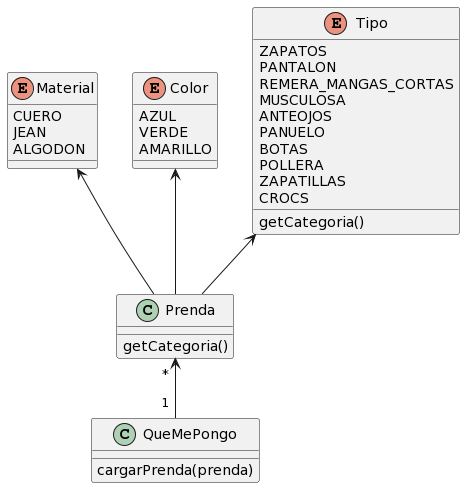
Before: imagen-diagrama.png, a diagram exported from PlantUML (lrocampo/dds-ej-que-me-pongo).
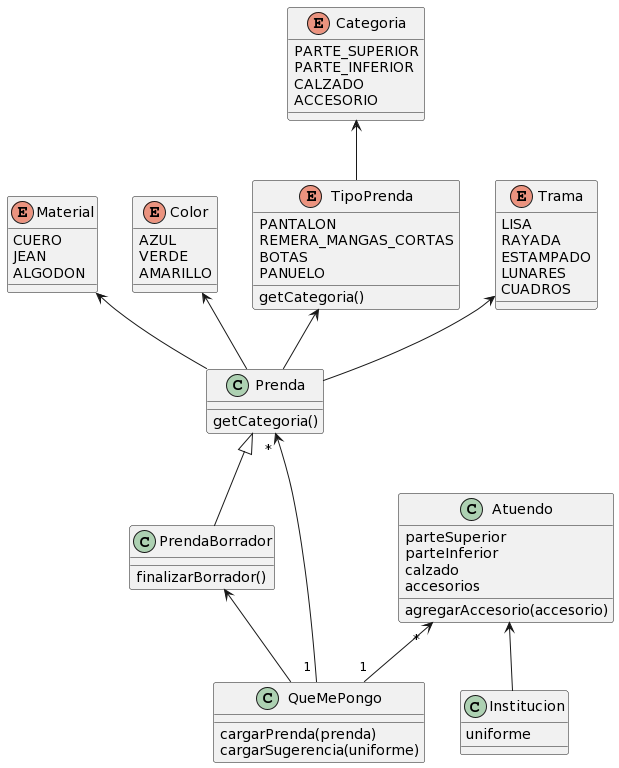
The same file after the commit.

Commit message:
nueva imagen del diagrama

What changed in the source:
```diff
@@ -12,30 +12,61 @@
     AMARILLO
 }
 
-enum Tipo {
-    ZAPATOS
-    PANTALON
-    REMERA_MANGAS_CORTAS
-    MUSCULOSA
-    ANTEOJOS
-    PANUELO
-    BOTAS
-    POLLERA
-    ZAPATILLAS
-    CROCS
+enum TipoPrenda {
+  PANTALON
+  REMERA_MANGAS_CORTAS
+  BOTAS
+  PANUELO
  getCategoria()
+}
+
+enum Trama {
+ LISA
+ RAYADA
+ ESTAMPADO
+ LUNARES
+ CUADROS
+}
+
+enum Categoria {
+ PARTE_SUPERIOR
+ PARTE_INFERIOR
+ CALZADO
+ ACCESORIO
 }
 
 class Prenda {
  getCategoria()
 }
 
+class PrendaBorrador extends Prenda{
+ finalizarBorrador()
+}
+
+class Atuendo {
+ parteSuperior
+ parteInferior
+ calzado
+ accesorios
+ agregarAccesorio(accesorio)
+}
+
 class QueMePongo {
  cargarPrenda(prenda)
+ cargarSugerencia(uniforme)
 }
 
-Tipo <-- Prenda
+class Institucion {
+ uniforme
+}
+
+TipoPrenda <-- Prenda
 Material <-- Prenda
 Color <-- Prenda
+Trama <-- Prenda
+Categoria <-- TipoPrenda
+Atuendo <-- Institucion
+PrendaBorrador <-- QueMePongo
 Prenda " * " <-- " 1 " QueMePongo
+Atuendo " * " <-- " 1 " QueMePongo
 @enduml
```
